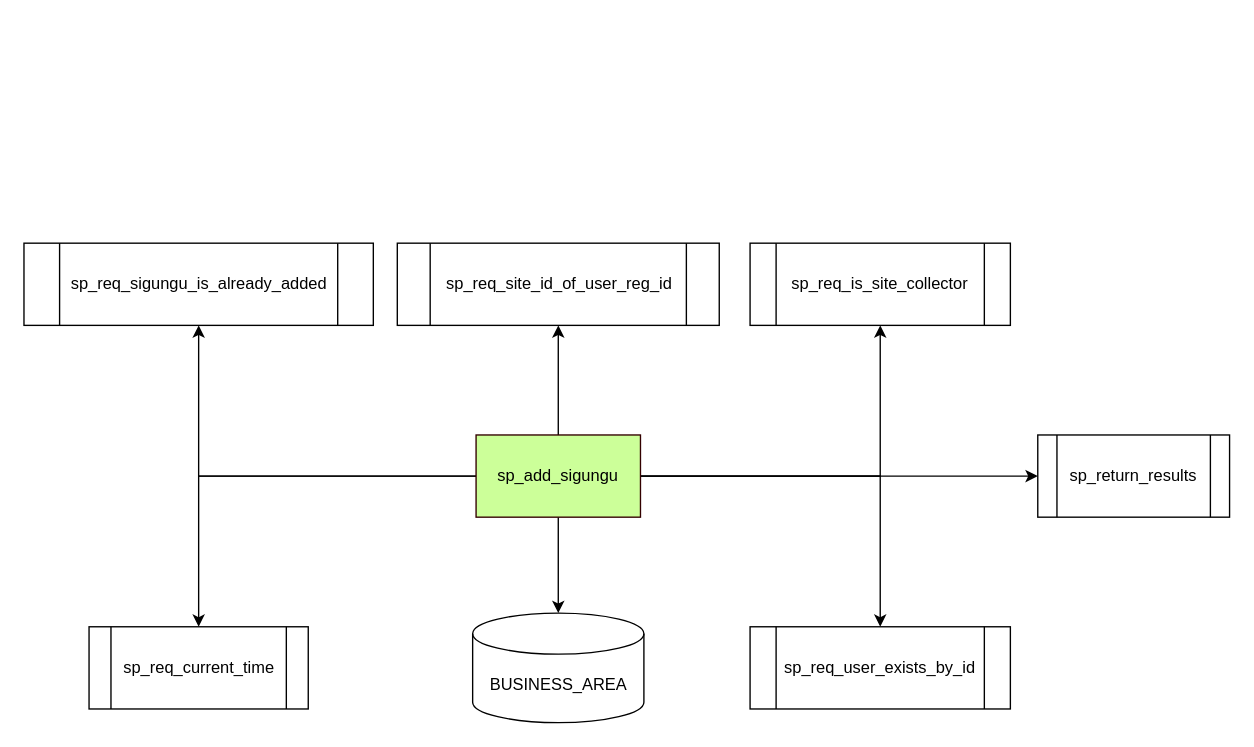
The draw.io diagram sp_add_sigungu.drawio in Leo-Nam/chium_draw, before the edit. Source tidied: cells renumbered, new cells numbered last; positions are measured from the earlier drawing's top-left corner, leaving out a move shared by most shapes. Both pictures are drawn from the tidied source at 137%, with x=0, y=0 at pixel (23, 242).
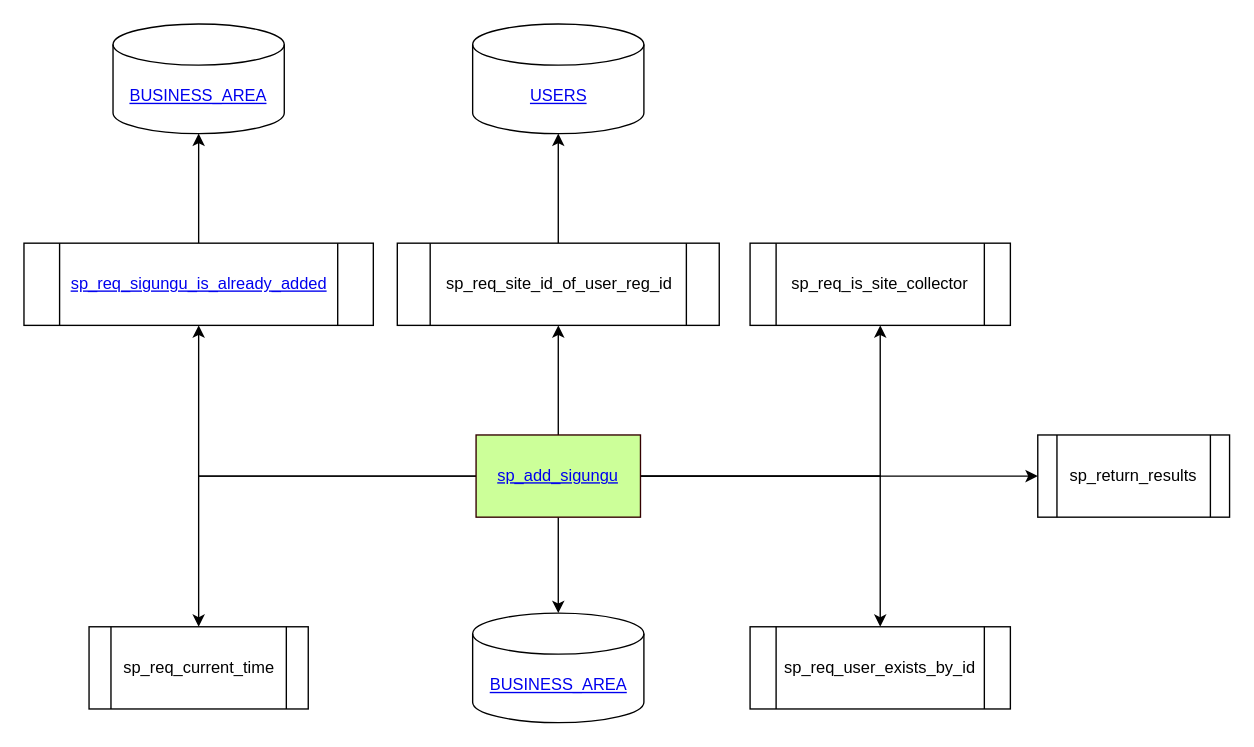
The same diagram, later.

Commit message (it also covers changes not shown here):
sp_req_sigungu_is_already_added

The change refers to these unchanged cells:
```xml
<mxCell id="13" value="sp_req_site_id_of_user_reg_id" style="shape=process;whiteSpace=wrap;html=1;backgroundOutline=1;" parent="1" vertex="1">
  <mxGeometry x="272.5" width="235" height="60" as="geometry" />
</mxCell>
```

Diff of the diagram source:
```diff
@@
-    <mxCell id="9" value="sp_add_sigungu" style="rounded=0;whiteSpace=wrap;html=1;strokeColor=#330000;fillColor=#CCFF99;" parent="1" vertex="1">
+    <mxCell id="9" value="&lt;a href=&quot;https://www.notion.so/sp_add_sigungu-6005a9e6f18a495cbc406c0f40ac4710&quot;&gt;sp_add_sigungu&lt;/a&gt;" style="rounded=0;whiteSpace=wrap;html=1;strokeColor=#330000;fillColor=#CCFF99;" parent="1" vertex="1">
       <mxGeometry x="330" y="140" width="120" height="60" as="geometry" />
     </mxCell>
@@
+    <mxCell id="17" style="edgeStyle=orthogonalEdgeStyle;rounded=0;jettySize=auto;html=1;" parent="1" edge="1" source="13" target="20">
+      <mxGeometry relative="1" as="geometry" />
+    </mxCell>
@@
+    <mxCell id="18" style="edgeStyle=orthogonalEdgeStyle;rounded=0;jettySize=auto;html=1;" parent="1" edge="1" source="15" target="19">
+      <mxGeometry relative="1" as="geometry" />
+    </mxCell>
-    <mxCell id="15" value="sp_req_sigungu_is_already_added" style="shape=process;whiteSpace=wrap;html=1;backgroundOutline=1;" parent="1" vertex="1">
+    <mxCell id="15" value="&lt;a href=&quot;https://github.com/Leo-Nam/chium_draw/blob/master/sp_req_sigungu_is_already_added.drawio&quot;&gt;sp_req_sigungu_is_already_added&lt;/a&gt;" style="shape=process;whiteSpace=wrap;html=1;backgroundOutline=1;" parent="1" vertex="1">
       <mxGeometry width="255" height="60" as="geometry" />
     </mxCell>
-    <mxCell id="16" value="BUSINESS_AREA" style="shape=cylinder3;whiteSpace=wrap;html=1;boundedLbl=1;backgroundOutline=1;size=15;" parent="1" vertex="1">
+    <mxCell id="16" value="&lt;a href=&quot;https://www.notion.so/BUSINESS_AREA-015a0a8db19a4183b95bc66464771884&quot;&gt;BUSINESS_AREA&lt;/a&gt;" style="shape=cylinder3;whiteSpace=wrap;html=1;boundedLbl=1;backgroundOutline=1;size=15;" parent="1" vertex="1">
       <mxGeometry x="327.5" y="270" width="125" height="80" as="geometry" />
     </mxCell>
+    <mxCell id="19" value="&lt;a href=&quot;https://www.notion.so/BUSINESS_AREA-015a0a8db19a4183b95bc66464771884&quot;&gt;BUSINESS_AREA&lt;/a&gt;" style="shape=cylinder3;whiteSpace=wrap;html=1;boundedLbl=1;backgroundOutline=1;size=15;" parent="1" vertex="1">
+      <mxGeometry x="65" y="-160" width="125" height="80" as="geometry" />
+    </mxCell>
+    <mxCell id="20" value="&lt;a href=&quot;https://www.notion.so/USERS-20656cfbb07d4dedb33482dccb7d81cd&quot;&gt;USERS&lt;/a&gt;" style="shape=cylinder3;whiteSpace=wrap;html=1;boundedLbl=1;backgroundOutline=1;size=15;" parent="1" vertex="1">
+      <mxGeometry x="327.5" y="-160" width="125" height="80" as="geometry" />
+    </mxCell>
```
